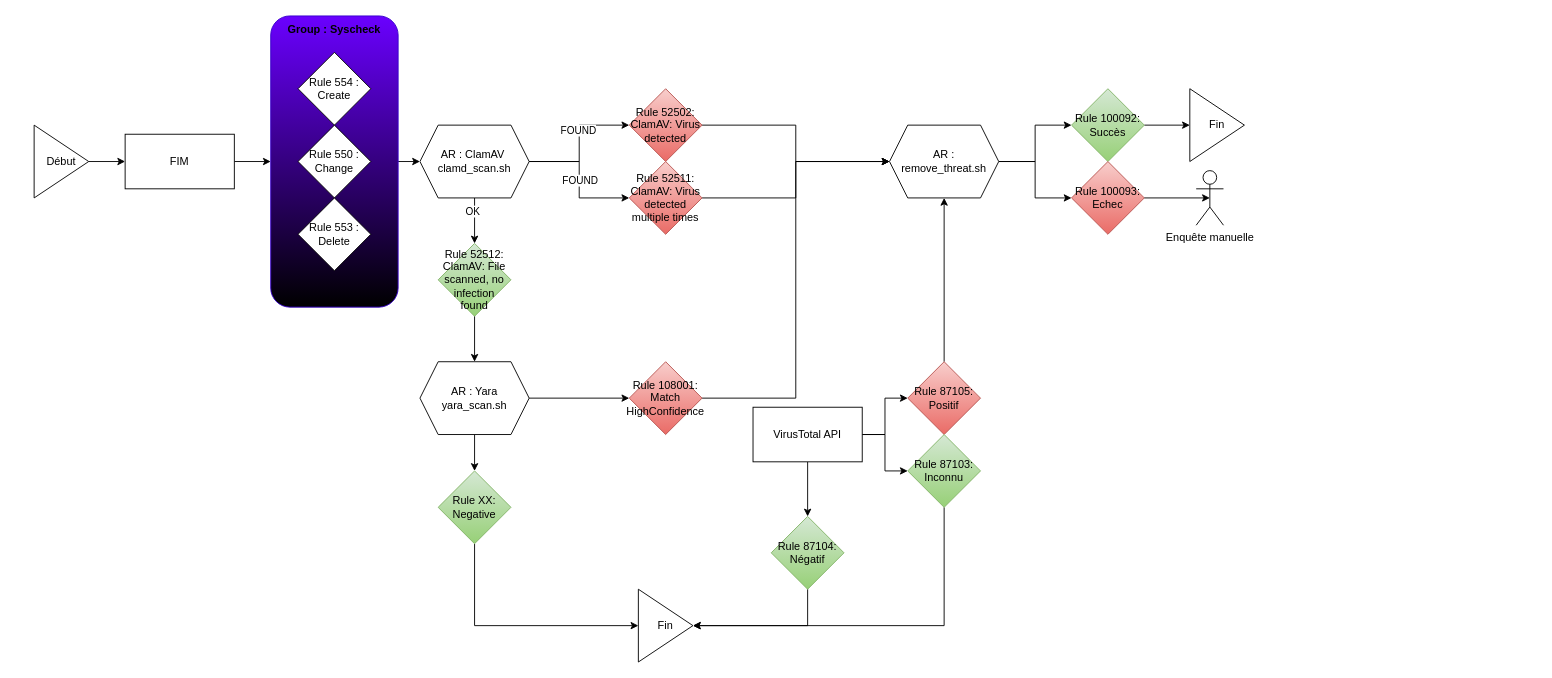
Before: page "Malware Analysis & Active Response" (2 of 2) of Wazuh.drawio in egoMasa/HomeLab, a draw.io diagram. Source tidied: cells renumbered, new cells numbered last; positions are measured from the earlier drawing's top-left corner, leaving out a move shared by most shapes. Both pictures are drawn from the tidied source at 91%, with x=0, y=0 at pixel (34, 15).
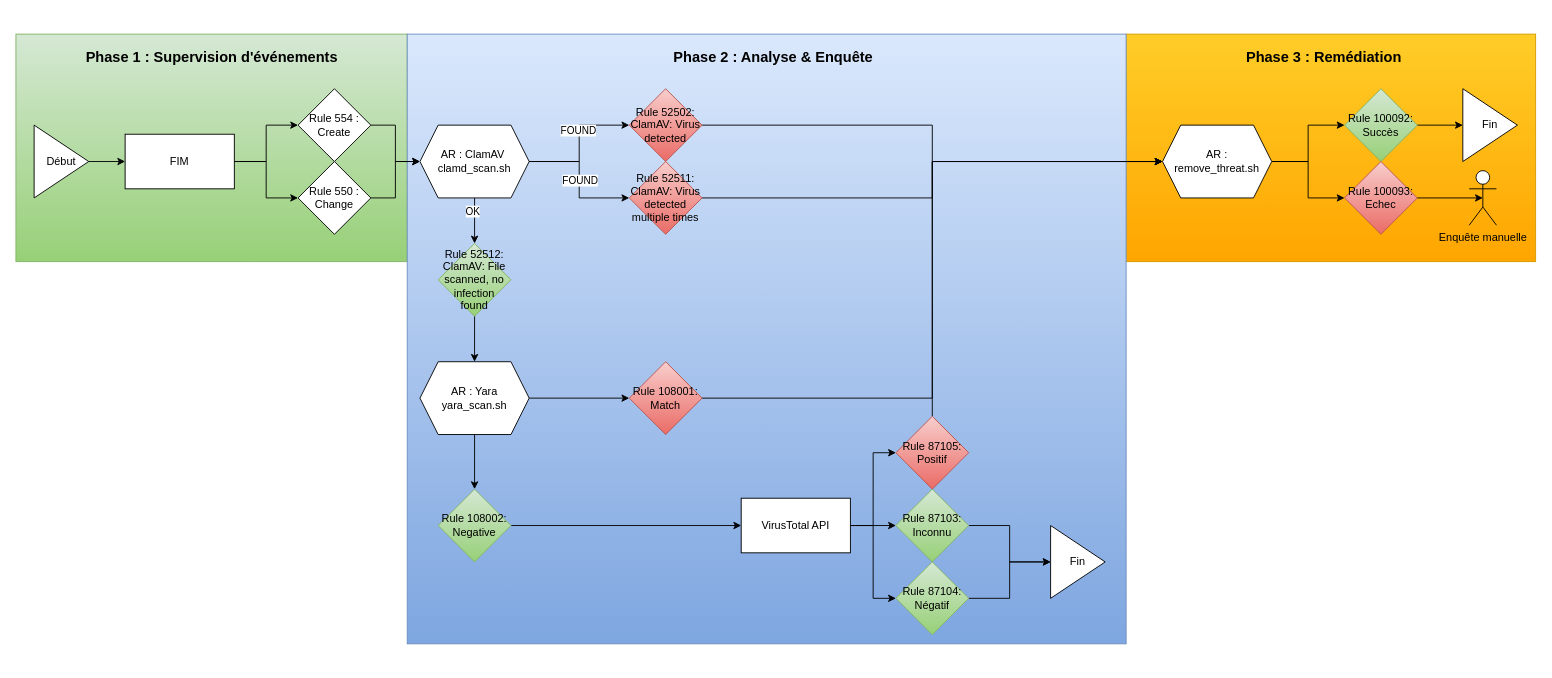
Above is the later version.

Commit message:
Mettre à jour Wazuh.drawio

Unchanged cells that the change refers to:
```xml
<mxCell id="5" value="FIM" style="rounded=0;whiteSpace=wrap;html=1;" parent="1" vertex="1">
  <mxGeometry x="100" y="130" width="120" height="60" as="geometry" />
</mxCell>
<mxCell id="16" value="AR : ClamAV&amp;nbsp;&lt;br&gt;clamd_scan.sh" style="shape=hexagon;perimeter=hexagonPerimeter2;whiteSpace=wrap;html=1;fixedSize=1;" parent="1" vertex="1">
  <mxGeometry x="424" y="120" width="120" height="80" as="geometry" />
</mxCell>
```

What changed in the source:
```diff
@@
-    <mxCell id="2" style="edgeStyle=orthogonalEdgeStyle;rounded=0;jettySize=auto;html=1;exitX=1;exitY=0.5;exitDx=0;exitDy=0;entryX=0;entryY=0.5;entryDx=0;entryDy=0;" parent="1" edge="1" source="3" target="16">
-      <mxGeometry relative="1" as="geometry" />
-    </mxCell>
-    <mxCell id="3" style="rounded=1;whiteSpace=wrap;html=1;fillColor=#6a00ff;fontColor=#ffffff;strokeColor=#3700CC;gradientColor=default;" parent="1" vertex="1">
-      <mxGeometry x="260" width="140" height="320" as="geometry" />
-    </mxCell>
+    <mxCell id="52" style="rounded=0;whiteSpace=wrap;html=1;fillColor=#ffcd28;gradientColor=#ffa500;strokeColor=#d79b00;" parent="1" vertex="1">
+      <mxGeometry x="1200" y="20" width="450" height="250" as="geometry" />
+    </mxCell>
+    <mxCell id="53" style="rounded=0;whiteSpace=wrap;html=1;fillColor=#d5e8d4;gradientColor=#97d077;strokeColor=#82b366;" parent="1" vertex="1">
+      <mxGeometry x="-20" y="20" width="430" height="250" as="geometry" />
+    </mxCell>
+    <mxCell id="54" style="rounded=0;whiteSpace=wrap;html=1;fillColor=#dae8fc;gradientColor=#7ea6e0;strokeColor=#6c8ebf;" parent="1" vertex="1">
+      <mxGeometry x="410" y="20" width="790" height="670" as="geometry" />
+    </mxCell>
-    <mxCell id="4" style="edgeStyle=orthogonalEdgeStyle;rounded=0;jettySize=auto;html=1;exitX=1;exitY=0.5;exitDx=0;exitDy=0;entryX=0;entryY=0.5;entryDx=0;entryDy=0;" parent="1" edge="1" source="5" target="3">
+    <mxCell id="4" style="edgeStyle=orthogonalEdgeStyle;rounded=0;jettySize=auto;html=1;exitX=1;exitY=0.5;exitDx=0;exitDy=0;entryX=0;entryY=0.5;entryDx=0;entryDy=0;" parent="1" edge="1" source="5" target="6">
       <mxGeometry relative="1" as="geometry" />
     </mxCell>
+    <mxCell id="55" style="edgeStyle=orthogonalEdgeStyle;rounded=0;jettySize=auto;html=1;exitX=1;exitY=0.5;exitDx=0;exitDy=0;entryX=0;entryY=0.5;entryDx=0;entryDy=0;" parent="1" edge="1" source="5" target="7">
+      <mxGeometry relative="1" as="geometry" />
+    </mxCell>
@@
+    <mxCell id="56" style="edgeStyle=orthogonalEdgeStyle;rounded=0;jettySize=auto;html=1;exitX=1;exitY=0.5;exitDx=0;exitDy=0;entryX=0;entryY=0.5;entryDx=0;entryDy=0;" parent="1" edge="1" source="6" target="16">
+      <mxGeometry relative="1" as="geometry" />
+    </mxCell>
     <mxCell id="6" value="Rule 554 : Create" style="rhombus;whiteSpace=wrap;html=1;" parent="1" vertex="1">
-      <mxGeometry x="290" y="40" width="80" height="80" as="geometry" />
+      <mxGeometry x="290" y="80" width="80" height="80" as="geometry" />
     </mxCell>
+    <mxCell id="57" style="edgeStyle=orthogonalEdgeStyle;rounded=0;jettySize=auto;html=1;exitX=1;exitY=0.5;exitDx=0;exitDy=0;entryX=0;entryY=0.5;entryDx=0;entryDy=0;" parent="1" edge="1" source="7" target="16">
+      <mxGeometry relative="1" as="geometry" />
+    </mxCell>
     <mxCell id="7" value="Rule 550 : Change" style="rhombus;whiteSpace=wrap;html=1;" parent="1" vertex="1">
-      <mxGeometry x="290" y="120" width="80" height="80" as="geometry" />
+      <mxGeometry x="290" y="160" width="80" height="80" as="geometry" />
     </mxCell>
-    <mxCell id="8" value="Rule 553 : Delete" style="rhombus;whiteSpace=wrap;html=1;" parent="1" vertex="1">
-      <mxGeometry x="290" y="200" width="80" height="80" as="geometry" />
-    </mxCell>
-    <mxCell id="9" value="&lt;span style=&quot;color: light-dark(rgb(0, 0, 0), rgb(0, 0, 0));&quot;&gt;&lt;b&gt;Group : Syscheck&lt;/b&gt;&lt;/span&gt;" style="text;html=1;whiteSpace=wrap;strokeColor=none;fillColor=none;align=center;verticalAlign=middle;rounded=0;" parent="1" vertex="1">
-      <mxGeometry x="275" width="110" height="30" as="geometry" />
-    </mxCell>
@@
     <mxCell id="23" value="AR : remove_threat.sh" style="shape=hexagon;perimeter=hexagonPerimeter2;whiteSpace=wrap;html=1;fixedSize=1;" parent="1" vertex="1">
-      <mxGeometry x="940" y="120" width="120" height="80" as="geometry" />
+      <mxGeometry x="1240" y="120" width="120" height="80" as="geometry" />
     </mxCell>
@@
     <mxCell id="25" value="Rule 100092: Succès" style="rhombus;whiteSpace=wrap;html=1;fillColor=#d5e8d4;gradientColor=#97d077;strokeColor=#82b366;" parent="1" vertex="1">
-      <mxGeometry x="1140" y="80" width="80" height="80" as="geometry" />
+      <mxGeometry x="1440" y="80" width="80" height="80" as="geometry" />
     </mxCell>
@@
-    <mxCell id="30" value="Rule 108001: Match HighConfidence" style="rhombus;whiteSpace=wrap;html=1;fillColor=#f8cecc;strokeColor=#b85450;gradientColor=#ea6b66;" parent="1" vertex="1">
+    <mxCell id="30" value="Rule 108001: Match" style="rhombus;whiteSpace=wrap;html=1;fillColor=#f8cecc;strokeColor=#b85450;gradientColor=#ea6b66;" parent="1" vertex="1">
       <mxGeometry x="654" y="380" width="80" height="80" as="geometry" />
     </mxCell>
-    <mxCell id="31" style="edgeStyle=orthogonalEdgeStyle;rounded=0;jettySize=auto;html=1;exitX=0.5;exitY=1;exitDx=0;exitDy=0;entryX=0;entryY=0.5;entryDx=0;entryDy=0;" parent="1" edge="1" source="32" target="33">
-      <mxGeometry relative="1" as="geometry" />
-    </mxCell>
+    <mxCell id="58" style="edgeStyle=orthogonalEdgeStyle;rounded=0;jettySize=auto;html=1;exitX=1;exitY=0.5;exitDx=0;exitDy=0;entryX=0;entryY=0.5;entryDx=0;entryDy=0;" parent="1" edge="1" source="32" target="40">
+      <mxGeometry relative="1" as="geometry" />
+    </mxCell>
-    <mxCell id="32" value="Rule XX: Negative" style="rhombus;whiteSpace=wrap;html=1;fillColor=#d5e8d4;gradientColor=#97d077;strokeColor=#82b366;" parent="1" vertex="1">
-      <mxGeometry x="444" y="500" width="80" height="80" as="geometry" />
+    <mxCell id="32" value="Rule 108002: Negative" style="rhombus;whiteSpace=wrap;html=1;fillColor=#d5e8d4;gradientColor=#97d077;strokeColor=#82b366;" parent="1" vertex="1">
+      <mxGeometry x="444" y="520" width="80" height="80" as="geometry" />
     </mxCell>
     <mxCell id="33" value="Fin" style="triangle;whiteSpace=wrap;html=1;" parent="1" vertex="1">
-      <mxGeometry x="664" y="630" width="60" height="80" as="geometry" />
+      <mxGeometry x="1117" y="560" width="60" height="80" as="geometry" />
     </mxCell>
     <mxCell id="34" value="Fin" style="triangle;whiteSpace=wrap;html=1;" parent="1" vertex="1">
-      <mxGeometry x="1270" y="80" width="60" height="80" as="geometry" />
+      <mxGeometry x="1570" y="80" width="60" height="80" as="geometry" />
     </mxCell>
@@
+    <mxCell id="39" style="edgeStyle=orthogonalEdgeStyle;rounded=0;jettySize=auto;html=1;exitX=1;exitY=0.5;exitDx=0;exitDy=0;entryX=0;entryY=0.5;entryDx=0;entryDy=0;" parent="1" edge="1" source="40" target="44">
+      <mxGeometry relative="1" as="geometry" />
+    </mxCell>
-    <mxCell id="37" style="edgeStyle=orthogonalEdgeStyle;rounded=0;jettySize=auto;html=1;exitX=0.5;exitY=1;exitDx=0;exitDy=0;entryX=0.5;entryY=0;entryDx=0;entryDy=0;" parent="1" edge="1" source="40" target="46">
+    <mxCell id="37" style="edgeStyle=orthogonalEdgeStyle;rounded=0;jettySize=auto;html=1;exitX=1;exitY=0.5;exitDx=0;exitDy=0;entryX=0;entryY=0.5;entryDx=0;entryDy=0;" parent="1" edge="1" source="40" target="46">
       <mxGeometry relative="1" as="geometry" />
     </mxCell>
@@
-    <mxCell id="39" style="edgeStyle=orthogonalEdgeStyle;rounded=0;jettySize=auto;html=1;exitX=1;exitY=0.5;exitDx=0;exitDy=0;entryX=0;entryY=0.5;entryDx=0;entryDy=0;" parent="1" edge="1" source="40" target="44">
-      <mxGeometry relative="1" as="geometry" />
-    </mxCell>
     <mxCell id="40" value="VirusTotal API" style="rounded=0;whiteSpace=wrap;html=1;" parent="1" vertex="1">
-      <mxGeometry x="790" y="430" width="120" height="60" as="geometry" />
+      <mxGeometry x="777" y="530" width="120" height="60" as="geometry" />
     </mxCell>
-    <mxCell id="41" style="edgeStyle=orthogonalEdgeStyle;rounded=0;jettySize=auto;html=1;exitX=0.5;exitY=0;exitDx=0;exitDy=0;entryX=0.5;entryY=1;entryDx=0;entryDy=0;" parent="1" edge="1" source="42" target="23">
-      <mxGeometry relative="1" as="geometry" />
+    <mxCell id="41" style="edgeStyle=orthogonalEdgeStyle;rounded=0;jettySize=auto;html=1;exitX=0.5;exitY=0;exitDx=0;exitDy=0;entryX=0;entryY=0.5;entryDx=0;entryDy=0;" parent="1" edge="1" source="42" target="23">
+      <mxGeometry relative="1" as="geometry">
+        <Array as="points">
+          <mxPoint x="987" y="160" />
+        </Array>
+      </mxGeometry>
     </mxCell>
     <mxCell id="42" value="Rule 87105: Positif" style="rhombus;whiteSpace=wrap;html=1;fillColor=#f8cecc;strokeColor=#b85450;gradientColor=#ea6b66;" parent="1" vertex="1">
-      <mxGeometry x="960" y="380" width="80" height="80" as="geometry" />
+      <mxGeometry x="947" y="440" width="80" height="80" as="geometry" />
     </mxCell>
-    <mxCell id="43" style="edgeStyle=orthogonalEdgeStyle;rounded=0;jettySize=auto;html=1;exitX=0.5;exitY=1;exitDx=0;exitDy=0;entryX=1;entryY=0.5;entryDx=0;entryDy=0;" parent="1" edge="1" source="44" target="33">
+    <mxCell id="43" style="edgeStyle=orthogonalEdgeStyle;rounded=0;jettySize=auto;html=1;exitX=1;exitY=0.5;exitDx=0;exitDy=0;entryX=0;entryY=0.5;entryDx=0;entryDy=0;" parent="1" edge="1" source="44" target="33">
       <mxGeometry relative="1" as="geometry" />
     </mxCell>
     <mxCell id="44" value="Rule 87103: Inconnu" style="rhombus;whiteSpace=wrap;html=1;fillColor=#d5e8d4;gradientColor=#97d077;strokeColor=#82b366;" parent="1" vertex="1">
-      <mxGeometry x="960" y="460" width="80" height="80" as="geometry" />
+      <mxGeometry x="947" y="520" width="80" height="80" as="geometry" />
     </mxCell>
-    <mxCell id="45" style="edgeStyle=orthogonalEdgeStyle;rounded=0;jettySize=auto;html=1;exitX=0.5;exitY=1;exitDx=0;exitDy=0;entryX=1;entryY=0.5;entryDx=0;entryDy=0;" parent="1" edge="1" source="46" target="33">
+    <mxCell id="45" style="edgeStyle=orthogonalEdgeStyle;rounded=0;jettySize=auto;html=1;exitX=1;exitY=0.5;exitDx=0;exitDy=0;entryX=0;entryY=0.5;entryDx=0;entryDy=0;" parent="1" edge="1" source="46" target="33">
       <mxGeometry relative="1" as="geometry" />
     </mxCell>
     <mxCell id="46" value="Rule 87104: Négatif" style="rhombus;whiteSpace=wrap;html=1;fillColor=#d5e8d4;gradientColor=#97d077;strokeColor=#82b366;" parent="1" vertex="1">
-      <mxGeometry x="810" y="550" width="80" height="80" as="geometry" />
+      <mxGeometry x="947" y="600" width="80" height="80" as="geometry" />
     </mxCell>
     <mxCell id="47" value="Rule 100093: Echec" style="rhombus;whiteSpace=wrap;html=1;fillColor=#f8cecc;gradientColor=#ea6b66;strokeColor=#b85450;" parent="1" vertex="1">
-      <mxGeometry x="1140" y="160" width="80" height="80" as="geometry" />
+      <mxGeometry x="1440" y="160" width="80" height="80" as="geometry" />
     </mxCell>
     <mxCell id="48" value="Enquête manuelle" style="shape=umlActor;verticalLabelPosition=bottom;verticalAlign=top;html=1;outlineConnect=0;" parent="1" vertex="1">
-      <mxGeometry x="1277" y="170" width="30" height="60" as="geometry" />
+      <mxGeometry x="1577" y="170" width="30" height="60" as="geometry" />
     </mxCell>
@@
+    <mxCell id="59" value="Phase 1 : Supervision d'événements" style="text;html=1;whiteSpace=wrap;strokeColor=none;fillColor=none;align=center;verticalAlign=middle;rounded=0;fontStyle=1;fontSize=16;" parent="1" vertex="1">
+      <mxGeometry x="42.5" y="30" width="305" height="30" as="geometry" />
+    </mxCell>
+    <mxCell id="60" value="Phase 2 : Analyse &amp;amp; Enquête" style="text;html=1;whiteSpace=wrap;strokeColor=none;fillColor=none;align=center;verticalAlign=middle;rounded=0;fontStyle=1;fontSize=16;" parent="1" vertex="1">
+      <mxGeometry x="660" y="30" width="305" height="30" as="geometry" />
+    </mxCell>
+    <mxCell id="61" value="Phase 3 : Remédiation" style="text;html=1;whiteSpace=wrap;strokeColor=none;fillColor=none;align=center;verticalAlign=middle;rounded=0;fontStyle=1;fontSize=16;" parent="1" vertex="1">
+      <mxGeometry x="1265" y="30" width="305" height="30" as="geometry" />
+    </mxCell>
```
